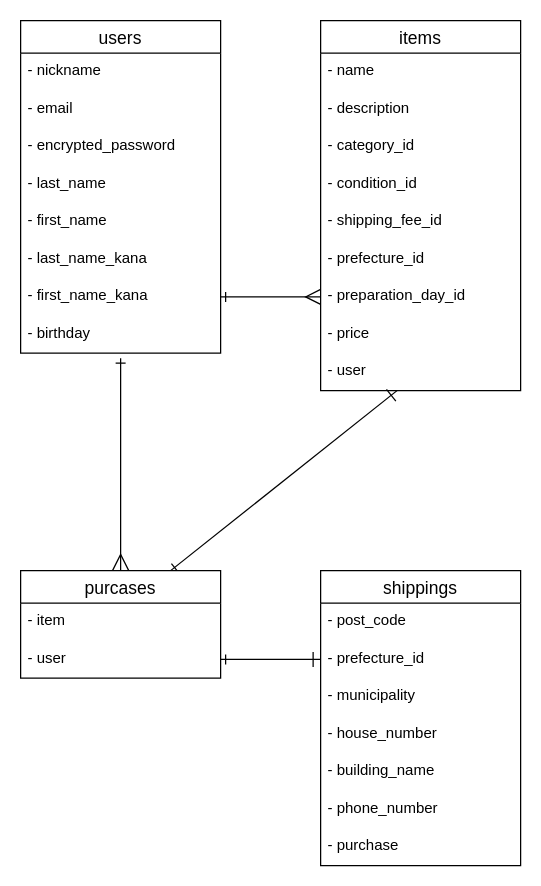
Above: ir.dio in yanagi1111/furima-41476 (draw.io), before the change. Source tidied: cells renumbered, new cells numbered last; positions are measured from the earlier drawing's top-left corner, leaving out a move shared by most shapes. Both pictures are drawn from the tidied source at 125%, with x=0, y=0 at pixel (20, 20).
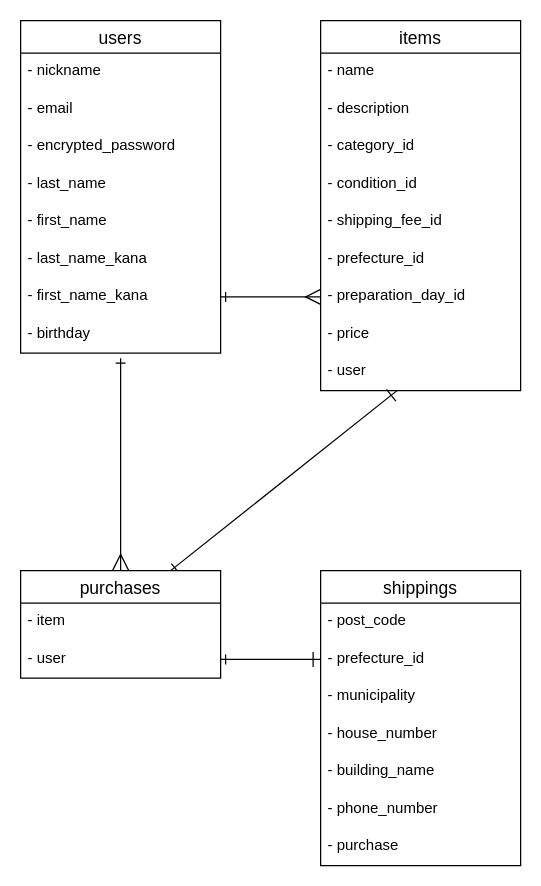
Above is the later version.

Change to the diagram source:
```diff
@@
-    <mxCell id="22" value="purcases" style="swimlane;fontStyle=0;horizontal=1;startSize=26;align=center;fontSize=14;" parent="1" vertex="1">
+    <mxCell id="22" value="purchases" style="swimlane;fontStyle=0;horizontal=1;startSize=26;align=center;fontSize=14;" parent="1" vertex="1">
       <mxGeometry y="440" width="160" height="86" as="geometry" />
     </mxCell>
```
